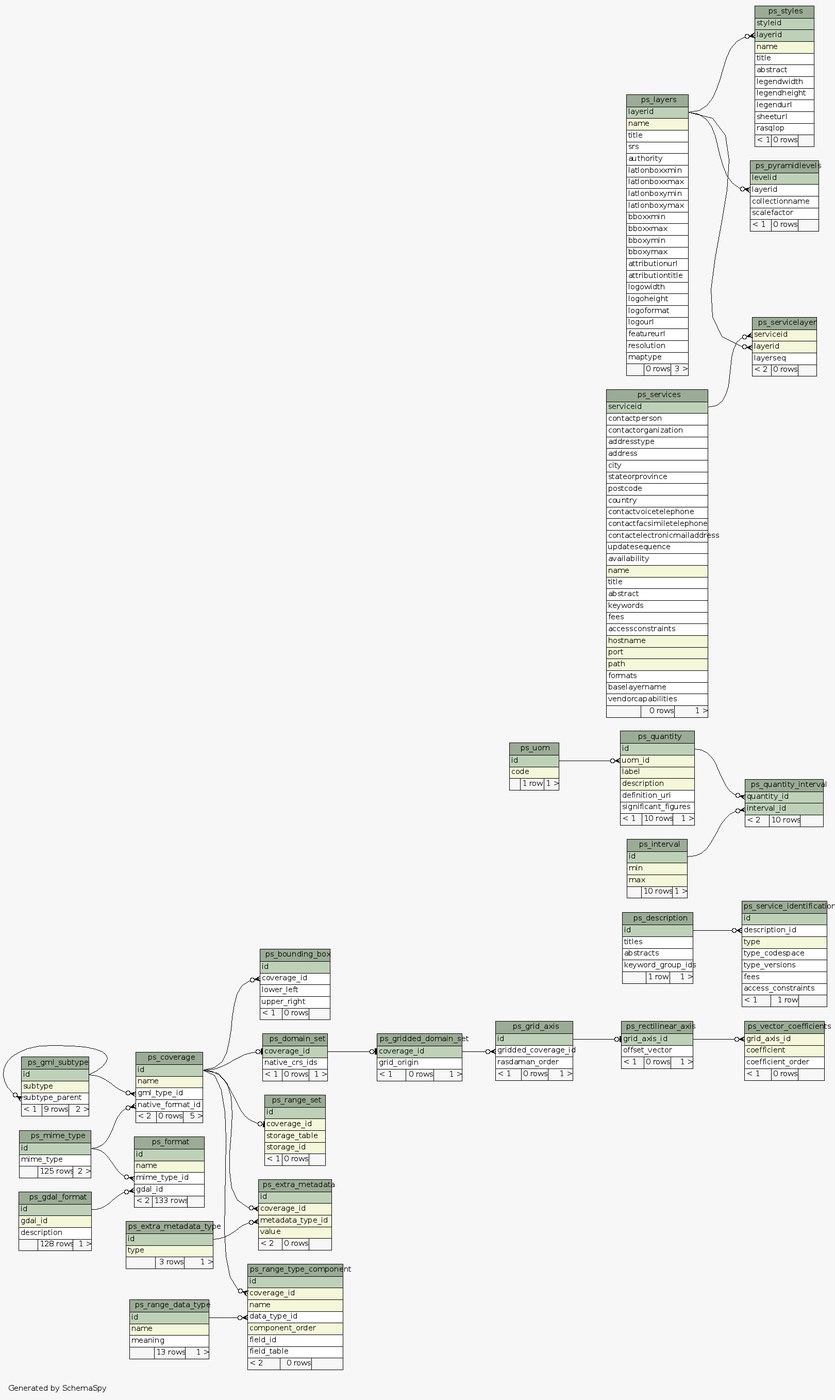
Before: manuals_and_examples/manuals/doc-petascope/dbschema/schema/diagrams/summary/relationships.real.large.png, a diagram exported from Graphviz (kalxas/rasdaman). Its source is kept beside it as manuals_and_examples/manuals/doc-petascope/dbschema/schema/diagrams/summary/relationships.real.large.dot.
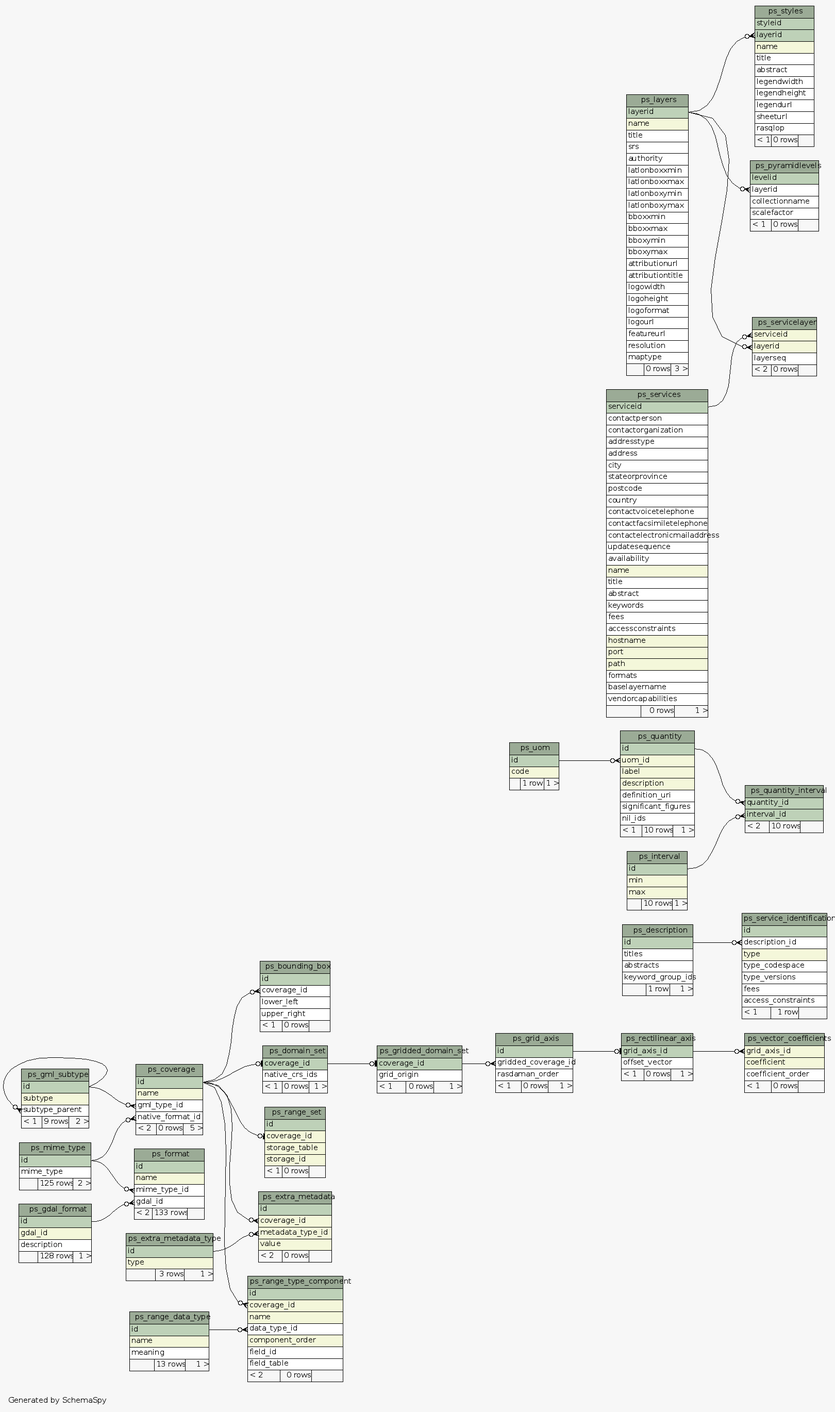
After the commit.

The edit, as a diff of the source:
```diff
@@ -228,6 +228,7 @@
       <TR><TD PORT="description" COLSPAN="3" BGCOLOR="#f4f7da" ALIGN="LEFT">description</TD></TR>
       <TR><TD PORT="definition_uri" COLSPAN="3" ALIGN="LEFT">definition_uri</TD></TR>
       <TR><TD PORT="significant_figures" COLSPAN="3" ALIGN="LEFT">significant_figures</TD></TR>
+      <TR><TD PORT="nil_ids" COLSPAN="3" ALIGN="LEFT">nil_ids</TD></TR>
       <TR><TD ALIGN="LEFT" BGCOLOR="#f7f7f7">&lt; 1</TD><TD ALIGN="RIGHT" BGCOLOR="#f7f7f7">10 rows</TD><TD ALIGN="RIGHT" BGCOLOR="#f7f7f7">1 &gt;</TD></TR>
     </TABLE>>
     URL="tables/ps_quantity.html"
```
